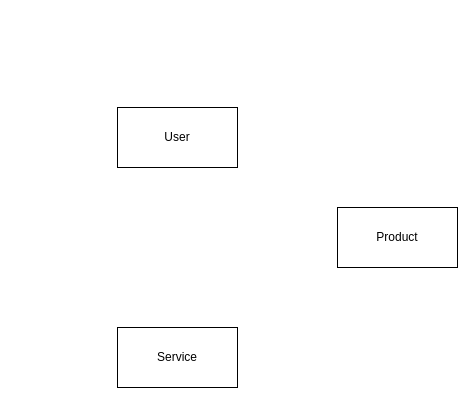
Above: diagrama.drawio in sixpackacademy/plan (draw.io), before the change. Source tidied: cells renumbered, new cells numbered last; positions are measured from the earlier drawing's top-left corner, leaving out a move shared by most shapes. Both pictures are drawn from the tidied source at 100%, with x=0, y=0 at pixel (117, 107).
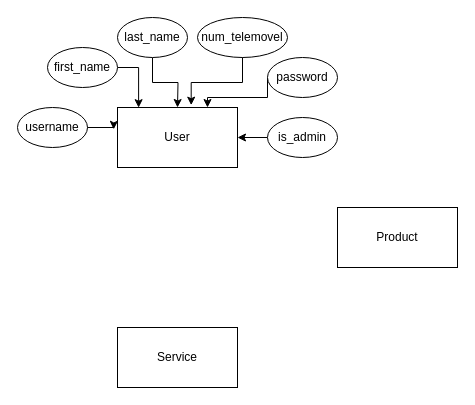
The same diagram, later.

Commit message:
diagrama atributo user

Unchanged cells that the change refers to:
```xml
<mxCell id="2" value="User" style="rounded=0;whiteSpace=wrap;html=1;" parent="1" vertex="1">
  <mxGeometry width="120" height="60" as="geometry" />
</mxCell>
```

The edit, as a diff of the source:
```diff
@@
+    <mxCell id="5" value="username" style="ellipse;whiteSpace=wrap;html=1;" parent="1" vertex="1">
+      <mxGeometry x="-100" width="70" height="40" as="geometry" />
+    </mxCell>
+    <mxCell id="6" style="edgeStyle=orthogonalEdgeStyle;rounded=0;jettySize=auto;html=1;entryX=0.176;entryY=0.003;entryDx=0;entryDy=0;entryPerimeter=0;" parent="1" edge="1" source="7" target="2">
+      <mxGeometry relative="1" as="geometry">
+        <Array as="points">
+          <mxPoint x="21" y="-40" />
+        </Array>
+      </mxGeometry>
+    </mxCell>
+    <mxCell id="7" value="first_name" style="ellipse;whiteSpace=wrap;html=1;" parent="1" vertex="1">
+      <mxGeometry x="-70" y="-60" width="70" height="40" as="geometry" />
+    </mxCell>
+    <mxCell id="8" style="edgeStyle=orthogonalEdgeStyle;rounded=0;jettySize=auto;html=1;" parent="1" edge="1" source="9">
+      <mxGeometry relative="1" as="geometry">
+        <mxPoint x="60" as="targetPoint" />
+      </mxGeometry>
+    </mxCell>
+    <mxCell id="9" value="last_name" style="ellipse;whiteSpace=wrap;html=1;" parent="1" vertex="1">
+      <mxGeometry y="-90" width="70" height="40" as="geometry" />
+    </mxCell>
+    <mxCell id="10" value="num_telemovel" style="ellipse;whiteSpace=wrap;html=1;" parent="1" vertex="1">
+      <mxGeometry x="80" y="-90" width="90" height="40" as="geometry" />
+    </mxCell>
+    <mxCell id="11" style="edgeStyle=orthogonalEdgeStyle;rounded=0;jettySize=auto;html=1;entryX=0.75;entryY=0;entryDx=0;entryDy=0;exitX=0;exitY=0.5;exitDx=0;exitDy=0;" parent="1" edge="1" source="12" target="2">
+      <mxGeometry relative="1" as="geometry">
+        <Array as="points">
+          <mxPoint x="150" y="-10" />
+          <mxPoint x="90" y="-10" />
+        </Array>
+      </mxGeometry>
+    </mxCell>
+    <mxCell id="12" value="password" style="ellipse;whiteSpace=wrap;html=1;" parent="1" vertex="1">
+      <mxGeometry x="150" y="-50" width="70" height="40" as="geometry" />
+    </mxCell>
+    <mxCell id="13" style="edgeStyle=orthogonalEdgeStyle;rounded=0;jettySize=auto;html=1;entryX=1;entryY=0.5;entryDx=0;entryDy=0;" parent="1" edge="1" source="14" target="2">
+      <mxGeometry relative="1" as="geometry" />
+    </mxCell>
+    <mxCell id="14" value="is_admin" style="ellipse;whiteSpace=wrap;html=1;" parent="1" vertex="1">
+      <mxGeometry x="150" y="10" width="70" height="40" as="geometry" />
+    </mxCell>
+    <mxCell id="15" style="edgeStyle=orthogonalEdgeStyle;rounded=0;jettySize=auto;html=1;exitX=1;exitY=0.5;exitDx=0;exitDy=0;entryX=-0.032;entryY=0.364;entryDx=0;entryDy=0;entryPerimeter=0;" parent="1" edge="1" source="5" target="2">
+      <mxGeometry relative="1" as="geometry" />
+    </mxCell>
+    <mxCell id="16" style="edgeStyle=orthogonalEdgeStyle;rounded=0;jettySize=auto;html=1;entryX=0.614;entryY=-0.039;entryDx=0;entryDy=0;entryPerimeter=0;" parent="1" edge="1" source="10" target="2">
+      <mxGeometry relative="1" as="geometry" />
+    </mxCell>
```
